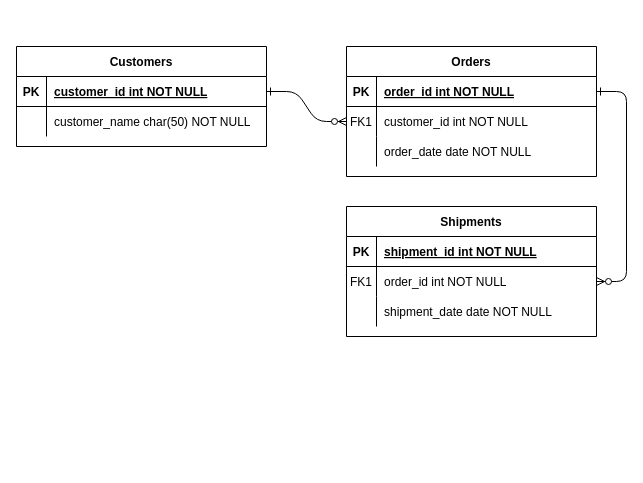
kyoya156/COS_20031 keeps this draw.io diagram as tutorial_5.drawio. Above is the earlier version. Source tidied: cells renumbered, new cells numbered last; positions are measured from the earlier drawing's top-left corner, leaving out a move shared by most shapes. Both pictures are drawn from the tidied source at 100%, with x=0, y=0 at pixel (16, 46).
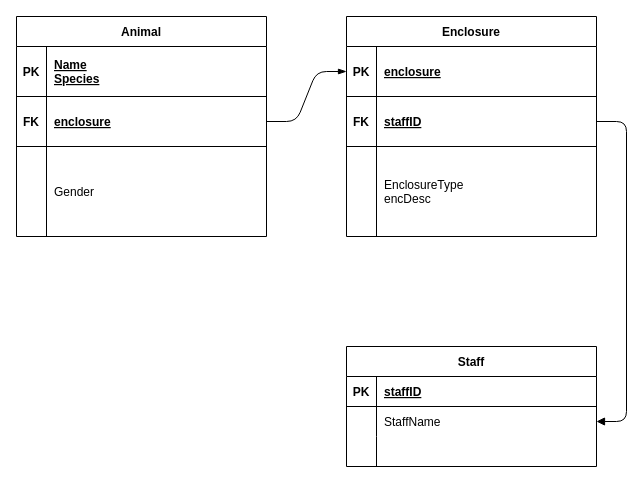
The same page after the edit.

The change refers to these unchanged cells:
```xml
<mxCell id="15" style="shape=partialRectangle;fillColor=none;top=0;left=0;right=0;bottom=1;" parent="14" vertex="1">
  <mxGeometry y="30" width="250" height="30" as="geometry" />
</mxCell>
<mxCell id="18" style="shape=partialRectangle;fillColor=none;points=[[0,0.5],[1,0.5]];portConstraint=eastwest;top=0;left=0;right=0;bottom=0;" parent="14" vertex="1">
  <mxGeometry y="60" width="250" height="30" as="geometry" />
</mxCell>
<mxCell id="21" style="shape=partialRectangle;fillColor=none;top=0;left=0;right=0;bottom=0;" parent="14" vertex="1">
  <mxGeometry y="90" width="250" height="30" as="geometry" />
</mxCell>
```

Change to the diagram source:
```diff
@@
-    <mxCell id="2" style="edgeStyle=entityRelationEdgeStyle;endArrow=ERzeroToMany;startArrow=ERone;endFill=1;startFill=0;" parent="1" edge="1" source="25" target="8">
+    <mxCell id="2" style="edgeStyle=entityRelationEdgeStyle;endArrow=blockThin;startArrow=none;endFill=1;startFill=0;" parent="1" edge="1" source="32" target="39">
       <mxGeometry relative="1" as="geometry" />
     </mxCell>
-    <mxCell id="3" style="edgeStyle=entityRelationEdgeStyle;endArrow=ERzeroToMany;startArrow=ERone;endFill=1;startFill=0;" parent="1" edge="1" source="5" target="18">
+    <mxCell id="3" style="edgeStyle=entityRelationEdgeStyle;endArrow=block;startArrow=none;endFill=1;startFill=0;" parent="1" edge="1" source="41" target="18">
       <mxGeometry relative="1" as="geometry" />
     </mxCell>
-    <mxCell id="4" value="Orders" style="shape=table;startSize=30;childLayout=tableLayout;rowLines=0;fontStyle=1;align=center;" parent="1" vertex="1">
-      <mxGeometry x="330" width="250" height="130" as="geometry" />
-    </mxCell>
-    <mxCell id="5" style="shape=partialRectangle;fillColor=none;points=[[0,0.5],[1,0.5]];portConstraint=eastwest;top=0;left=0;right=0;bottom=1;" parent="4" vertex="1">
-      <mxGeometry y="30" width="250" height="30" as="geometry" />
-    </mxCell>
-    <mxCell id="6" value="PK" style="shape=partialRectangle;overflow=hidden;fillColor=none;top=0;left=0;bottom=0;right=0;fontStyle=1;" parent="5" vertex="1">
-      <mxGeometry width="30" height="30" as="geometry" />
-    </mxCell>
-    <mxCell id="7" value="order_id int NOT NULL " style="shape=partialRectangle;overflow=hidden;fillColor=none;top=0;left=0;bottom=0;right=0;align=left;spacingLeft=6;fontStyle=5;" parent="5" vertex="1">
-      <mxGeometry x="30" width="220" height="30" as="geometry" />
-    </mxCell>
-    <mxCell id="8" style="shape=partialRectangle;fillColor=none;points=[[0,0.5],[1,0.5]];portConstraint=eastwest;top=0;left=0;right=0;bottom=0;" parent="4" vertex="1">
-      <mxGeometry y="60" width="250" height="30" as="geometry" />
-    </mxCell>
-    <mxCell id="9" value="FK1" style="shape=partialRectangle;overflow=hidden;fillColor=none;top=0;left=0;bottom=0;right=0;" parent="8" vertex="1">
-      <mxGeometry width="30" height="30" as="geometry" />
-    </mxCell>
-    <mxCell id="10" value="customer_id int NOT NULL" style="shape=partialRectangle;overflow=hidden;fillColor=none;top=0;left=0;bottom=0;right=0;align=left;spacingLeft=6;" parent="8" vertex="1">
-      <mxGeometry x="30" width="220" height="30" as="geometry" />
-    </mxCell>
-    <mxCell id="11" style="shape=partialRectangle;fillColor=none;top=0;left=0;right=0;bottom=0;" parent="4" vertex="1">
-      <mxGeometry y="90" width="250" height="30" as="geometry" />
-    </mxCell>
-    <mxCell id="12" style="shape=partialRectangle;overflow=hidden;fillColor=none;top=0;left=0;bottom=0;right=0;" parent="11" vertex="1">
-      <mxGeometry width="30" height="30" as="geometry" />
-    </mxCell>
-    <mxCell id="13" value="order_date date NOT NULL" style="shape=partialRectangle;overflow=hidden;fillColor=none;top=0;left=0;bottom=0;right=0;align=left;spacingLeft=6;" parent="11" vertex="1">
-      <mxGeometry x="30" width="220" height="30" as="geometry" />
-    </mxCell>
-    <mxCell id="14" value="Shipments" style="shape=table;startSize=30;childLayout=tableLayout;rowLines=0;fontStyle=1;align=center;" parent="1" vertex="1">
-      <mxGeometry x="330" y="160" width="250" height="130" as="geometry" />
+    <mxCell id="14" value="Staff" style="shape=table;startSize=30;childLayout=tableLayout;rowLines=0;fontStyle=1;align=center;" parent="1" vertex="1">
+      <mxGeometry x="330" y="300" width="250" height="120" as="geometry" />
     </mxCell>
@@
-    <mxCell id="17" value="shipment_id int NOT NULL " style="shape=partialRectangle;overflow=hidden;fillColor=none;top=0;left=0;bottom=0;right=0;align=left;spacingLeft=6;fontStyle=5;" parent="15" vertex="1">
+    <mxCell id="17" value="staffID" style="shape=partialRectangle;overflow=hidden;fillColor=none;top=0;left=0;bottom=0;right=0;align=left;spacingLeft=6;fontStyle=5;" parent="15" vertex="1">
       <mxGeometry x="30" width="220" height="30" as="geometry" />
     </mxCell>
@@
-    <mxCell id="19" value="FK1" style="shape=partialRectangle;overflow=hidden;fillColor=none;top=0;left=0;bottom=0;right=0;" parent="18" vertex="1">
+    <mxCell id="19" style="shape=partialRectangle;overflow=hidden;fillColor=none;top=0;left=0;bottom=0;right=0;" parent="18" vertex="1">
       <mxGeometry width="30" height="30" as="geometry" />
     </mxCell>
-    <mxCell id="20" value="order_id int NOT NULL" style="shape=partialRectangle;overflow=hidden;fillColor=none;top=0;left=0;bottom=0;right=0;align=left;spacingLeft=6;" parent="18" vertex="1">
+    <mxCell id="20" value="StaffName" style="shape=partialRectangle;overflow=hidden;fillColor=none;top=0;left=0;bottom=0;right=0;align=left;spacingLeft=6;" parent="18" vertex="1">
       <mxGeometry x="30" width="220" height="30" as="geometry" />
     </mxCell>
@@
-    <mxCell id="23" value="shipment_date date NOT NULL" style="shape=partialRectangle;overflow=hidden;fillColor=none;top=0;left=0;bottom=0;right=0;align=left;spacingLeft=6;" parent="21" vertex="1">
+    <mxCell id="23" style="shape=partialRectangle;overflow=hidden;fillColor=none;top=0;left=0;bottom=0;right=0;align=left;spacingLeft=6;" parent="21" vertex="1">
       <mxGeometry x="30" width="220" height="30" as="geometry" />
     </mxCell>
+    <mxCell id="31" style="edgeStyle=orthogonalEdgeStyle;rounded=0;jettySize=auto;html=1;" parent="1" edge="1" source="24">
+      <mxGeometry relative="1" as="geometry" />
+    </mxCell>
-    <mxCell id="24" value="Customers" style="shape=table;startSize=30;childLayout=tableLayout;rowLines=0;fontStyle=1;align=center;" parent="1" vertex="1">
-      <mxGeometry width="250" height="100" as="geometry" />
+    <mxCell id="24" value="Animal" style="shape=table;startSize=30;childLayout=tableLayout;rowLines=0;fontStyle=1;align=center;" parent="1" vertex="1">
+      <mxGeometry y="-30" width="250" height="220" as="geometry" />
     </mxCell>
     <mxCell id="25" style="shape=partialRectangle;fillColor=none;points=[[0,0.5],[1,0.5]];portConstraint=eastwest;top=0;left=0;right=0;bottom=1;" parent="24" vertex="1">
-      <mxGeometry y="30" width="250" height="30" as="geometry" />
+      <mxGeometry y="30" width="250" height="50" as="geometry" />
     </mxCell>
     <mxCell id="26" value="PK" style="shape=partialRectangle;overflow=hidden;fillColor=none;top=0;left=0;bottom=0;right=0;fontStyle=1;" parent="25" vertex="1">
-      <mxGeometry width="30" height="30" as="geometry" />
+      <mxGeometry width="30" height="50" as="geometry" />
     </mxCell>
-    <mxCell id="27" value="customer_id int NOT NULL " style="shape=partialRectangle;overflow=hidden;fillColor=none;top=0;left=0;bottom=0;right=0;align=left;spacingLeft=6;fontStyle=5;" parent="25" vertex="1">
-      <mxGeometry x="30" width="220" height="30" as="geometry" />
+    <mxCell id="27" value="Name&#10;Species" style="shape=partialRectangle;overflow=hidden;fillColor=none;top=0;left=0;bottom=0;right=0;align=left;spacingLeft=6;fontStyle=5;" parent="25" vertex="1">
+      <mxGeometry x="30" width="220" height="50" as="geometry" />
     </mxCell>
-    <mxCell id="28" style="shape=partialRectangle;fillColor=none;top=0;left=0;right=0;bottom=0;" parent="24" vertex="1">
-      <mxGeometry y="60" width="250" height="30" as="geometry" />
-    </mxCell>
-    <mxCell id="29" style="shape=partialRectangle;overflow=hidden;fillColor=none;top=0;left=0;bottom=0;right=0;" parent="28" vertex="1">
-      <mxGeometry width="30" height="30" as="geometry" />
-    </mxCell>
-    <mxCell id="30" value="customer_name char(50) NOT NULL" style="shape=partialRectangle;overflow=hidden;fillColor=none;top=0;left=0;bottom=0;right=0;align=left;spacingLeft=6;" parent="28" vertex="1">
-      <mxGeometry x="30" width="220" height="30" as="geometry" />
-    </mxCell>
+    <mxCell id="32" style="shape=partialRectangle;fillColor=none;points=[[0,0.5],[1,0.5]];portConstraint=eastwest;top=0;left=0;right=0;bottom=1;" parent="24" vertex="1">
+      <mxGeometry y="80" width="250" height="50" as="geometry" />
+    </mxCell>
+    <mxCell id="33" value="FK" style="shape=partialRectangle;overflow=hidden;fillColor=none;top=0;left=0;bottom=0;right=0;fontStyle=1;" parent="32" vertex="1">
+      <mxGeometry width="30" height="50" as="geometry" />
+    </mxCell>
+    <mxCell id="34" value="enclosure" style="shape=partialRectangle;overflow=hidden;fillColor=none;top=0;left=0;bottom=0;right=0;align=left;spacingLeft=6;fontStyle=5;" parent="32" vertex="1">
+      <mxGeometry x="30" width="220" height="50" as="geometry" />
+    </mxCell>
+    <mxCell id="35" style="shape=partialRectangle;fillColor=none;top=0;left=0;right=0;bottom=0;" parent="24" vertex="1">
+      <mxGeometry y="130" width="250" height="90" as="geometry" />
+    </mxCell>
+    <mxCell id="36" style="shape=partialRectangle;overflow=hidden;fillColor=none;top=0;left=0;bottom=0;right=0;" parent="35" vertex="1">
+      <mxGeometry width="30" height="90" as="geometry" />
+    </mxCell>
+    <mxCell id="37" value="Gender" style="shape=partialRectangle;overflow=hidden;fillColor=none;top=0;left=0;bottom=0;right=0;align=left;spacingLeft=6;" parent="35" vertex="1">
+      <mxGeometry x="30" width="220" height="90" as="geometry" />
+    </mxCell>
+    <mxCell id="38" value="Enclosure" style="shape=table;startSize=30;childLayout=tableLayout;rowLines=0;fontStyle=1;align=center;" parent="1" vertex="1">
+      <mxGeometry x="330" y="-30" width="250" height="220" as="geometry" />
+    </mxCell>
+    <mxCell id="39" style="shape=partialRectangle;fillColor=none;points=[[0,0.5],[1,0.5]];portConstraint=eastwest;top=0;left=0;right=0;bottom=1;" parent="38" vertex="1">
+      <mxGeometry y="30" width="250" height="50" as="geometry" />
+    </mxCell>
+    <mxCell id="6" value="PK" style="shape=partialRectangle;overflow=hidden;fillColor=none;top=0;left=0;bottom=0;right=0;fontStyle=1;" parent="39" vertex="1">
+      <mxGeometry width="30" height="50" as="geometry" />
+    </mxCell>
+    <mxCell id="40" value="enclosure" style="shape=partialRectangle;overflow=hidden;fillColor=none;top=0;left=0;bottom=0;right=0;align=left;spacingLeft=6;fontStyle=5;" parent="39" vertex="1">
+      <mxGeometry x="30" width="220" height="50" as="geometry" />
+    </mxCell>
+    <mxCell id="41" style="shape=partialRectangle;fillColor=none;points=[[0,0.5],[1,0.5]];portConstraint=eastwest;top=0;left=0;right=0;bottom=1;" parent="38" vertex="1">
+      <mxGeometry y="80" width="250" height="50" as="geometry" />
+    </mxCell>
+    <mxCell id="42" value="FK" style="shape=partialRectangle;overflow=hidden;fillColor=none;top=0;left=0;bottom=0;right=0;fontStyle=1;" parent="41" vertex="1">
+      <mxGeometry width="30" height="50" as="geometry" />
+    </mxCell>
+    <mxCell id="43" value="staffID" style="shape=partialRectangle;overflow=hidden;fillColor=none;top=0;left=0;bottom=0;right=0;align=left;spacingLeft=6;fontStyle=5;" parent="41" vertex="1">
+      <mxGeometry x="30" width="220" height="50" as="geometry" />
+    </mxCell>
+    <mxCell id="44" style="shape=partialRectangle;fillColor=none;top=0;left=0;right=0;bottom=0;" parent="38" vertex="1">
+      <mxGeometry y="130" width="250" height="90" as="geometry" />
+    </mxCell>
+    <mxCell id="45" style="shape=partialRectangle;overflow=hidden;fillColor=none;top=0;left=0;bottom=0;right=0;" parent="44" vertex="1">
+      <mxGeometry width="30" height="90" as="geometry" />
+    </mxCell>
+    <mxCell id="46" value="EnclosureType&#10;encDesc" style="shape=partialRectangle;overflow=hidden;fillColor=none;top=0;left=0;bottom=0;right=0;align=left;spacingLeft=6;" parent="44" vertex="1">
+      <mxGeometry x="30" width="220" height="90" as="geometry" />
+    </mxCell>
```
